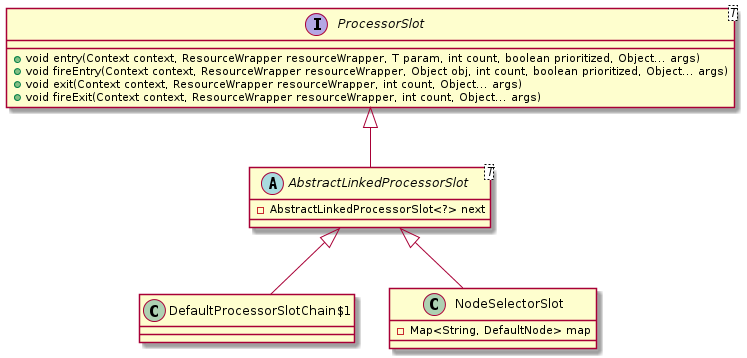
This is assets/imgs/sentinel/chain-class.png from Gh0st99/Gh0st99.github.io, a PlantUML export, as it was before one commit.
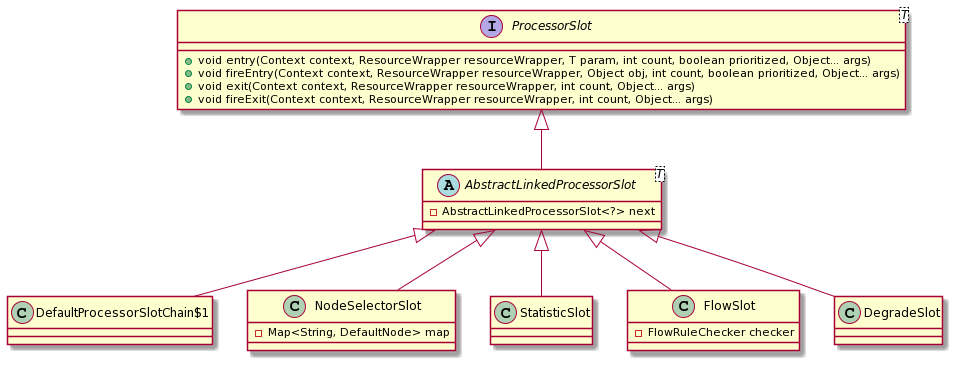
The same diagram one commit later.

What changed in the source:
```diff
@@ -23,4 +23,21 @@
 }
 
 AbstractLinkedProcessorSlot <|-- NodeSelectorSlot
+
+class StatisticSlot {
+}
+
+AbstractLinkedProcessorSlot <|-- StatisticSlot
+
+
+class FlowSlot {
+    - FlowRuleChecker checker
+}
+
+AbstractLinkedProcessorSlot <|-- FlowSlot
+
+class DegradeSlot {
+}
+
+AbstractLinkedProcessorSlot <|-- DegradeSlot
 @enduml
```
